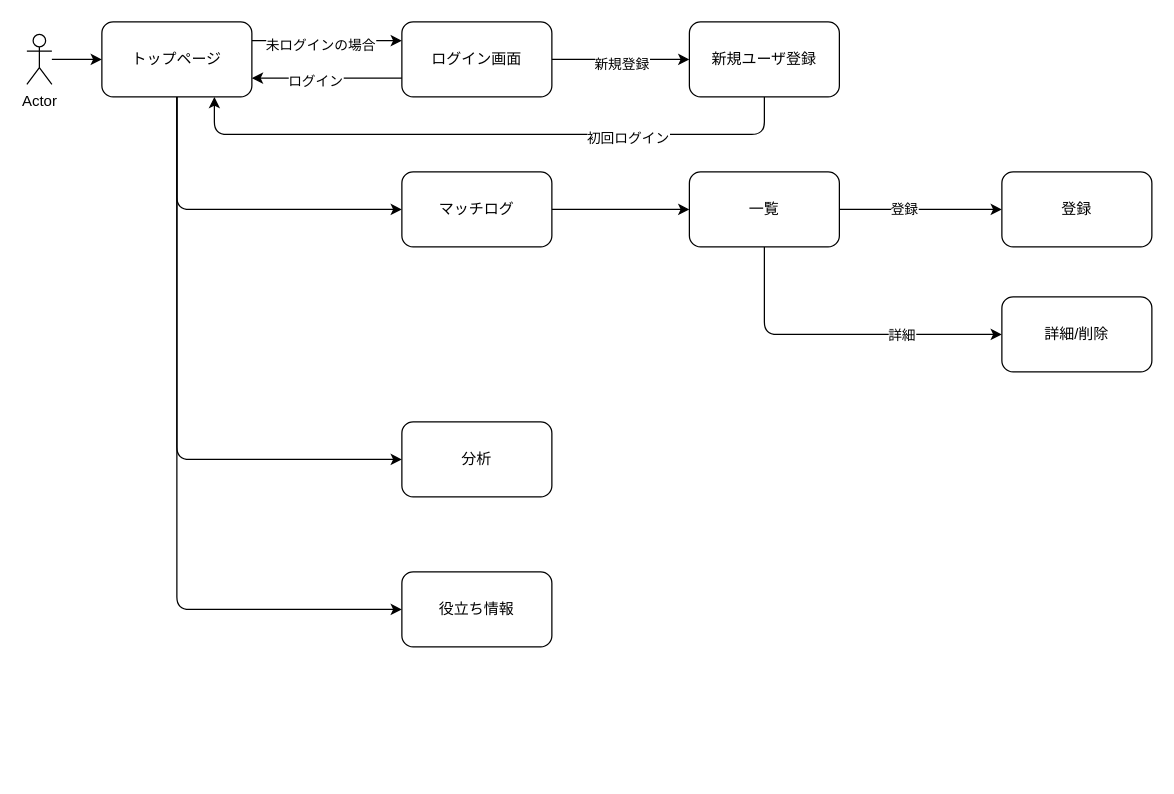
Above: system_design/sitemap.drawio in reijimiki627/ga-front (draw.io), before the change. Source tidied: cells renumbered, new cells numbered last; positions are measured from the earlier drawing's top-left corner, leaving out a move shared by most shapes. Both pictures are drawn from the tidied source at 125%, with x=0, y=0 at pixel (26, 21).
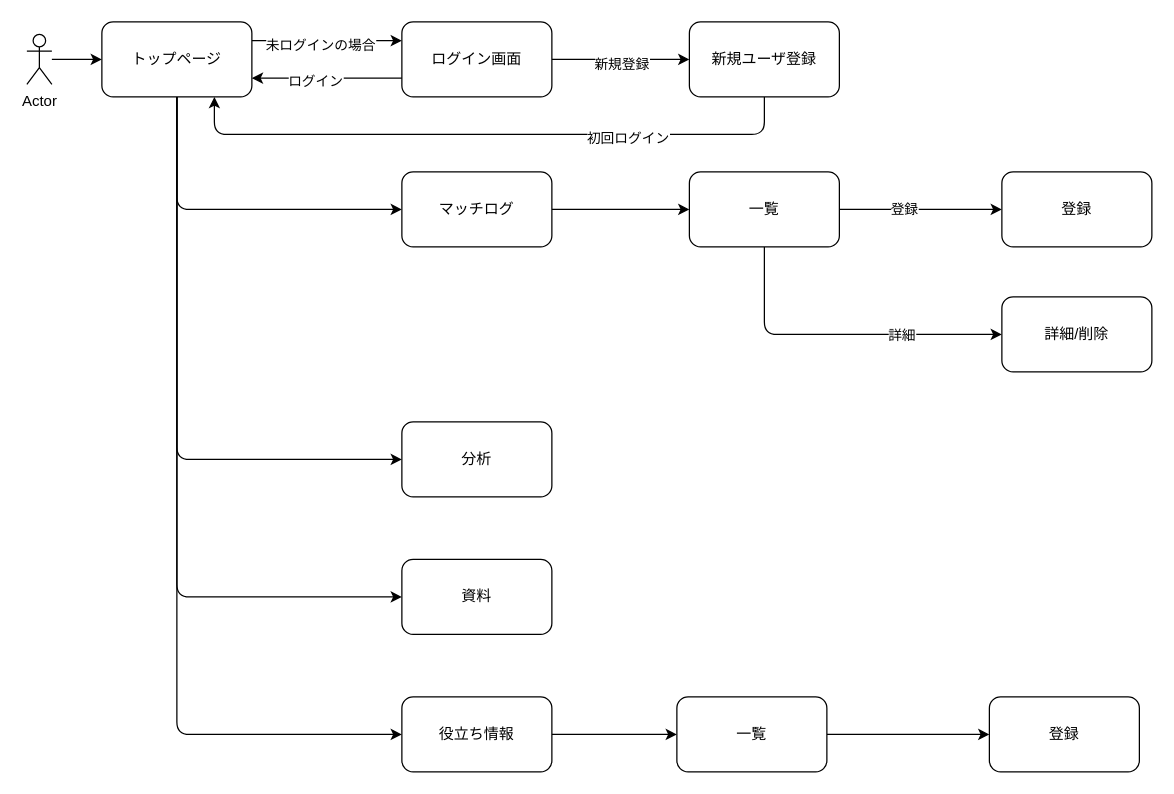
The same page after the edit.

Unchanged cells that the change refers to:
```xml
<mxCell id="5" value="トップページ" style="rounded=1;whiteSpace=wrap;html=1;" parent="1" vertex="1">
  <mxGeometry x="60" width="120" height="60" as="geometry" />
</mxCell>
```

The edit, as a diff of the source:
```diff
@@
+    <mxCell id="29" style="edgeStyle=none;html=1;entryX=0;entryY=0.5;entryDx=0;entryDy=0;" parent="1" edge="1" source="18" target="31">
+      <mxGeometry relative="1" as="geometry" />
+    </mxCell>
     <mxCell id="18" value="役立ち情報" style="rounded=1;whiteSpace=wrap;html=1;" parent="1" vertex="1">
-      <mxGeometry x="300" y="440" width="120" height="60" as="geometry" />
+      <mxGeometry x="300" y="540" width="120" height="60" as="geometry" />
     </mxCell>
@@
     <mxCell id="28" style="edgeStyle=none;html=1;entryX=0;entryY=0.5;entryDx=0;entryDy=0;exitX=0.5;exitY=1;exitDx=0;exitDy=0;" parent="1" edge="1" source="5" target="18">
       <mxGeometry relative="1" as="geometry">
         <Array as="points">
-          <mxPoint x="120" y="470" />
+          <mxPoint x="120" y="570" />
         </Array>
       </mxGeometry>
     </mxCell>
+    <mxCell id="30" style="edgeStyle=none;html=1;entryX=0;entryY=0.5;entryDx=0;entryDy=0;" parent="1" edge="1" source="31" target="32">
+      <mxGeometry relative="1" as="geometry" />
+    </mxCell>
+    <mxCell id="31" value="一覧" style="rounded=1;whiteSpace=wrap;html=1;" parent="1" vertex="1">
+      <mxGeometry x="520" y="540" width="120" height="60" as="geometry" />
+    </mxCell>
+    <mxCell id="32" value="登録" style="rounded=1;whiteSpace=wrap;html=1;" parent="1" vertex="1">
+      <mxGeometry x="770" y="540" width="120" height="60" as="geometry" />
+    </mxCell>
+    <mxCell id="33" value="資料" style="rounded=1;whiteSpace=wrap;html=1;" parent="1" vertex="1">
+      <mxGeometry x="300" y="430" width="120" height="60" as="geometry" />
+    </mxCell>
+    <mxCell id="34" style="edgeStyle=none;html=1;entryX=0;entryY=0.5;entryDx=0;entryDy=0;exitX=0.5;exitY=1;exitDx=0;exitDy=0;" parent="1" edge="1" source="5" target="33">
+      <mxGeometry relative="1" as="geometry">
+        <Array as="points">
+          <mxPoint x="120" y="460" />
+        </Array>
+      </mxGeometry>
+    </mxCell>
```
